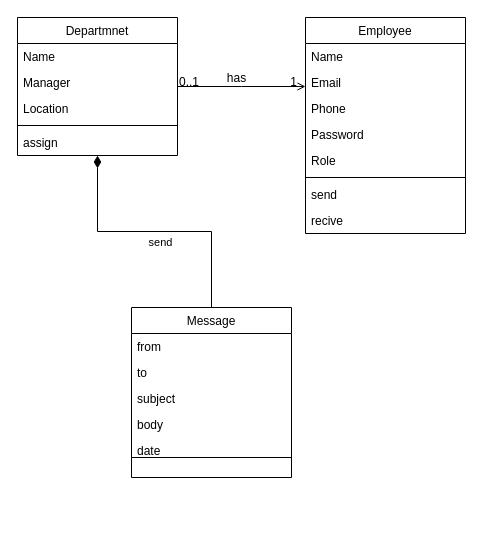
The draw.io diagram Simple Mail App.drawio in fasil712/UML_Diagram_Design, before the edit. Source tidied: cells renumbered, new cells numbered last; positions are measured from the earlier drawing's top-left corner, leaving out a move shared by most shapes. Both pictures are drawn from the tidied source at 100%, with x=0, y=0 at pixel (17, 17).
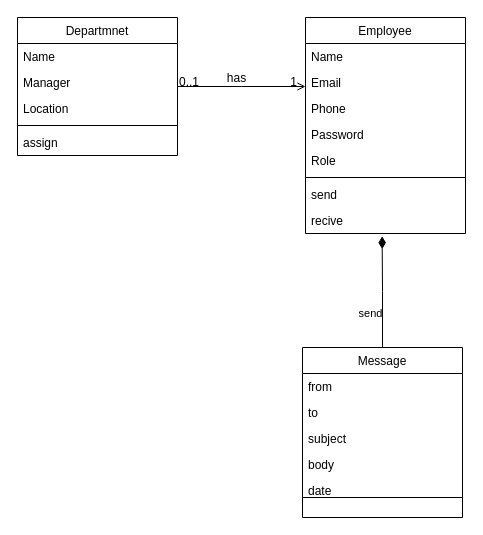
The same page after the edit.

The change refers to these unchanged cells:
```xml
<mxCell id="2" value="Departmnet" style="swimlane;fontStyle=0;align=center;verticalAlign=top;horizontal=1;startSize=26;rounded=0;shadow=0;strokeWidth=1;" parent="1" vertex="1">
  <mxGeometry width="160" height="138" as="geometry" />
</mxCell>
<mxCell id="25" value="recive" style="text;align=left;verticalAlign=top;spacingLeft=4;spacingRight=4;overflow=hidden;points=[[0,0.5],[1,0.5]];portConstraint=eastwest;" parent="17" vertex="1">
  <mxGeometry y="190" width="160" height="26" as="geometry" />
</mxCell>
```

Change to the diagram source:
```diff
@@
     <mxCell id="8" value="Message" style="swimlane;fontStyle=0;align=center;verticalAlign=top;horizontal=1;startSize=26;rounded=0;shadow=0;strokeWidth=1;" parent="1" vertex="1">
-      <mxGeometry x="114" y="290" width="160" height="170" as="geometry" />
+      <mxGeometry x="285" y="330" width="160" height="170" as="geometry" />
     </mxCell>
@@
-    <mxCell id="15" style="endArrow=diamondThin;endSize=10;endFill=1;shadow=0;strokeWidth=1;rounded=0;curved=0;edgeStyle=elbowEdgeStyle;elbow=vertical;" parent="1" edge="1" source="8" target="2">
+    <mxCell id="15" style="endArrow=diamondThin;endSize=10;endFill=1;shadow=0;strokeWidth=1;rounded=0;curved=0;edgeStyle=elbowEdgeStyle;elbow=vertical;entryX=0.479;entryY=1.103;entryDx=0;entryDy=0;entryPerimeter=0;" parent="1" edge="1" source="8" target="25">
       <mxGeometry relative="1" as="geometry" />
     </mxCell>
```
